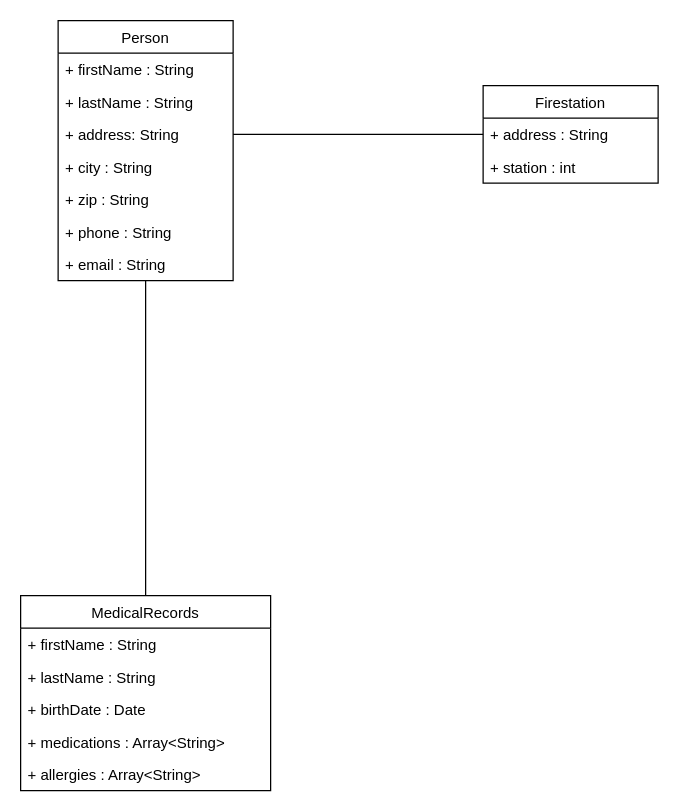
xhxcx/SafetyNet_Alerts keeps this draw.io diagram as page "classes" (2 of 2) of SafetyNetAlerts.drawio. Above is the earlier version. Source tidied: cells renumbered, new cells numbered last; positions are measured from the earlier drawing's top-left corner, leaving out a move shared by most shapes. Both pictures are drawn from the tidied source at 125%, with x=0, y=0 at pixel (20, 20).
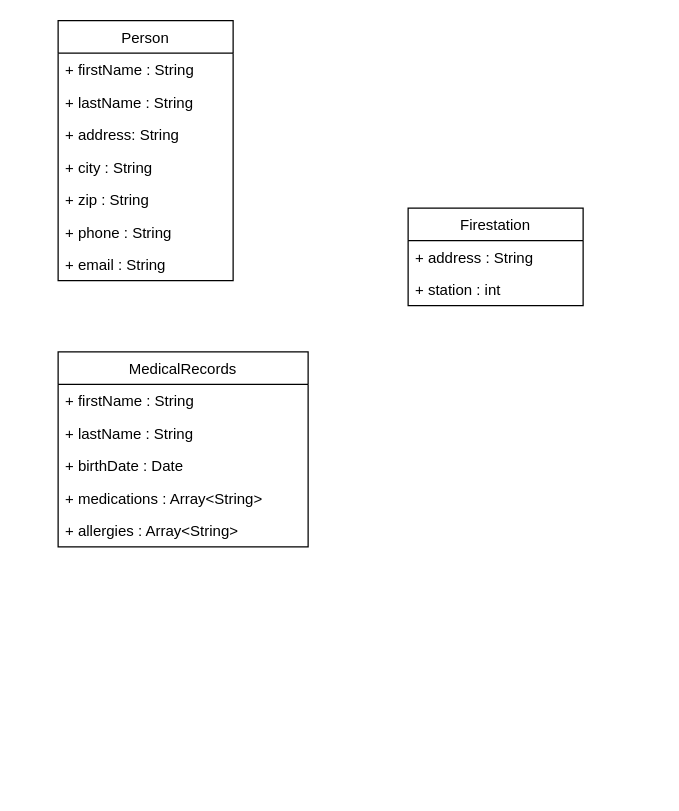
The same diagram, later.

Unchanged cells that the change refers to:
```xml
<mxCell id="3" value="Person" style="swimlane;fontStyle=0;horizontal=1;startSize=26;fillColor=none;" parent="1" vertex="1">
  <mxGeometry x="30" width="140" height="208" as="geometry" />
</mxCell>
<mxCell id="6" value="+ address: String" style="text;strokeColor=none;fillColor=none;align=left;verticalAlign=top;spacingLeft=4;spacingRight=4;overflow=hidden;points=[[0,0.5],[1,0.5]];portConstraint=eastwest;" parent="3" vertex="1">
  <mxGeometry y="78" width="140" height="26" as="geometry" />
</mxCell>
<mxCell id="12" value="+ address : String" style="text;strokeColor=none;fillColor=none;align=left;verticalAlign=top;spacingLeft=4;spacingRight=4;overflow=hidden;points=[[0,0.5],[1,0.5]];portConstraint=eastwest;" parent="11" vertex="1">
  <mxGeometry y="26" width="140" height="26" as="geometry" />
</mxCell>
```

Diff of the diagram source:
```diff
@@
-    <mxCell id="2" style="edgeStyle=orthogonalEdgeStyle;rounded=0;jettySize=auto;html=1;endArrow=none;endFill=0;" parent="1" edge="1" source="3" target="14">
-      <mxGeometry relative="1" as="geometry" />
-    </mxCell>
@@
     <mxCell id="11" value="Firestation" style="swimlane;fontStyle=0;horizontal=1;startSize=26;fillColor=none;" parent="1" vertex="1">
-      <mxGeometry x="370" y="52" width="140" height="78" as="geometry" />
+      <mxGeometry x="310" y="150" width="140" height="78" as="geometry" />
     </mxCell>
@@
     <mxCell id="14" value="MedicalRecords" style="swimlane;fontStyle=0;horizontal=1;startSize=26;fillColor=none;" parent="1" vertex="1">
-      <mxGeometry y="460" width="200" height="156" as="geometry" />
+      <mxGeometry x="30" y="265" width="200" height="156" as="geometry" />
     </mxCell>
@@
-    <mxCell id="20" style="edgeStyle=orthogonalEdgeStyle;rounded=0;jettySize=auto;html=1;exitX=1;exitY=0.5;exitDx=0;exitDy=0;entryX=0;entryY=0.5;entryDx=0;entryDy=0;endArrow=none;endFill=0;" parent="1" edge="1" source="6" target="12">
-      <mxGeometry relative="1" as="geometry" />
-    </mxCell>
```
